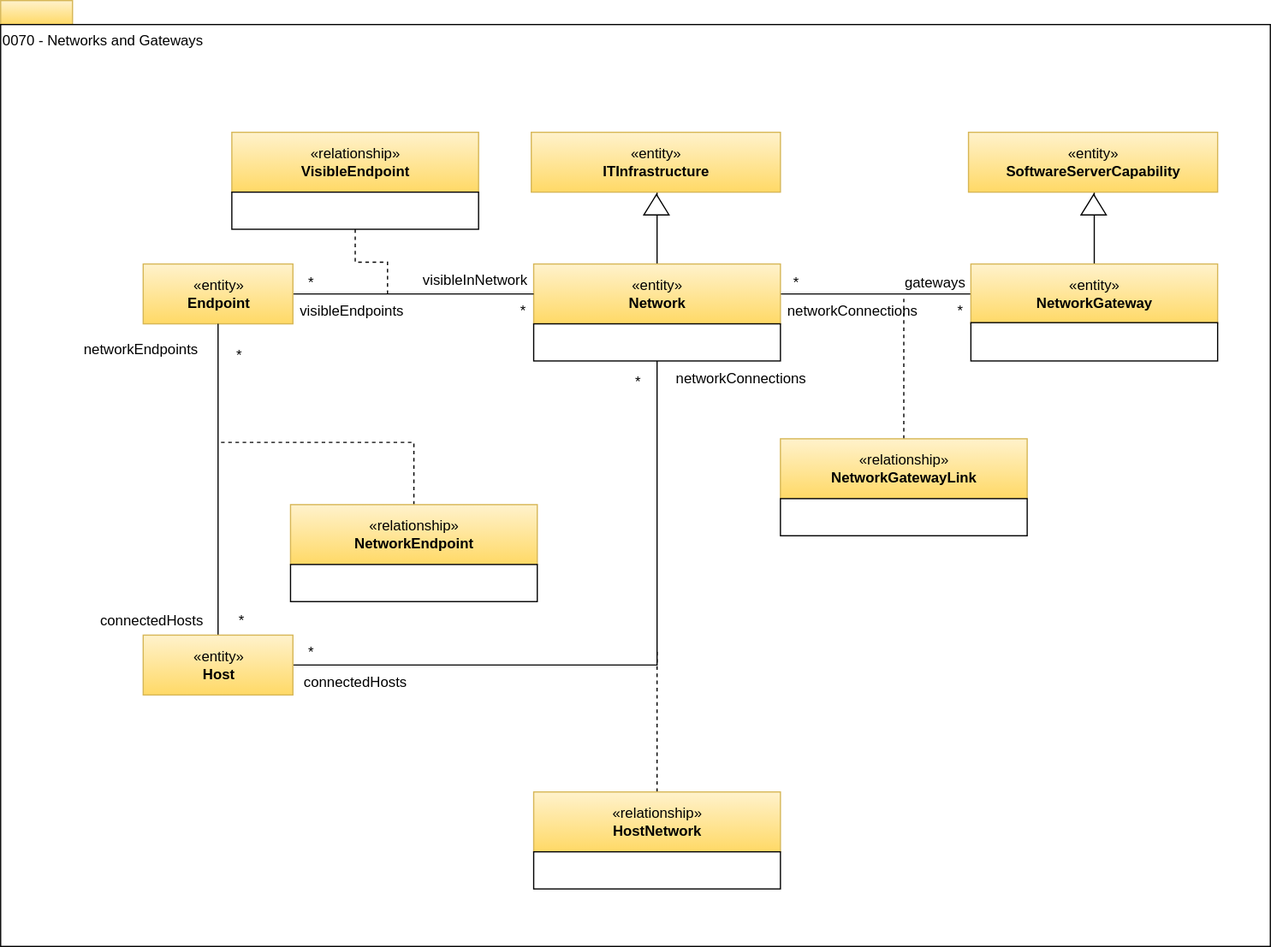
Above: site/docs/types/0/0070-Networks-and-Gateways.svg in odpi/egeria-docs (draw.io), before the change. Source tidied: cells renumbered, new cells last; positions are measured from the earlier drawing's top-left corner, leaving out a move shared by most shapes.
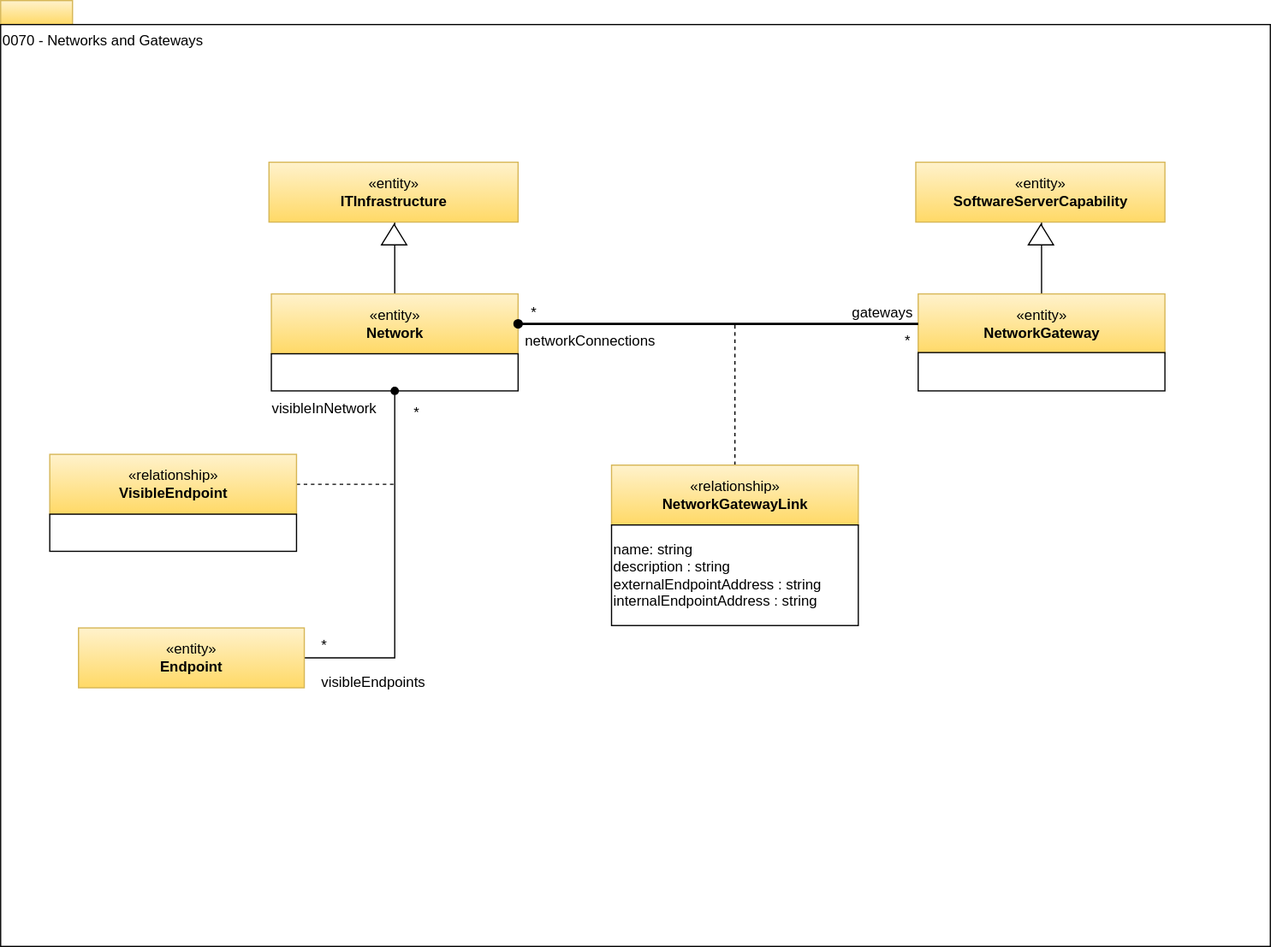
After the change.

What changed in the source:
```diff
@@ -8,152 +8,94 @@
     <mxCell id="3" value="0070 - Networks and Gateways" style="rounded=0;whiteSpace=wrap;html=1;align=left;verticalAlign=top;" parent="1" vertex="1">
       <mxGeometry y="20" width="1060" height="770" as="geometry" />
     </mxCell>
-    <mxCell id="4" style="edgeStyle=orthogonalEdgeStyle;rounded=0;html=1;endArrow=none;endFill=0;jettySize=auto;" parent="1" edge="1" target="6">
+    <mxCell id="4" style="edgeStyle=orthogonalEdgeStyle;rounded=0;html=1;endArrow=none;endFill=0;jettySize=auto;" parent="1" edge="1" target="5">
       <mxGeometry relative="1" as="geometry">
-        <mxPoint x="548" y="149" as="sourcePoint" />
+        <mxPoint x="329" y="174" as="sourcePoint" />
       </mxGeometry>
     </mxCell>
-    <mxCell id="5" style="edgeStyle=orthogonalEdgeStyle;rounded=0;html=1;exitX=1;exitY=0.5;entryX=0;entryY=0.5;endArrow=none;endFill=0;jettySize=auto;" parent="1" edge="1" source="6" target="14">
-      <mxGeometry relative="1" as="geometry" />
+    <mxCell id="5" value="«entity»&lt;br&gt;&lt;b&gt;Network&lt;/b&gt;" style="html=1;strokeColor=#d6b656;align=center;fillColor=#fff2cc;gradientColor=#ffd966;" parent="1" vertex="1">
+      <mxGeometry x="226" y="245" width="206" height="50" as="geometry" />
     </mxCell>
-    <mxCell id="6" value="«entity»&lt;br&gt;&lt;b&gt;Network&lt;/b&gt;" style="html=1;strokeColor=#d6b656;align=center;fillColor=#fff2cc;gradientColor=#ffd966;" parent="1" vertex="1">
-      <mxGeometry x="445" y="220" width="206" height="50" as="geometry" />
+    <mxCell id="6" style="rounded=0;whiteSpace=wrap;html=1;strokeColor=#000000;gradientColor=#ffffff;align=center;" parent="1" vertex="1">
+      <mxGeometry x="226" y="295" width="206" height="31" as="geometry" />
     </mxCell>
-    <mxCell id="7" style="rounded=0;whiteSpace=wrap;html=1;strokeColor=#000000;gradientColor=#ffffff;align=center;" parent="1" vertex="1">
-      <mxGeometry x="445" y="270" width="206" height="31" as="geometry" />
+    <mxCell id="7" style="triangle;whiteSpace=wrap;html=1;strokeColor=#000000;gradientColor=#ffffff;align=center;rotation=-90;" parent="1" vertex="1">
+      <mxGeometry x="320" y="185" width="17" height="21" as="geometry" />
     </mxCell>
-    <mxCell id="8" style="triangle;whiteSpace=wrap;html=1;strokeColor=#000000;gradientColor=#ffffff;align=center;rotation=-90;" parent="1" vertex="1">
-      <mxGeometry x="539" y="160" width="17" height="21" as="geometry" />
+    <mxCell id="8" value="«entity»&lt;br&gt;&lt;b&gt;ITInfrastructure&lt;/b&gt;" style="html=1;strokeColor=#d6b656;align=center;fillColor=#fff2cc;gradientColor=#ffd966;" parent="1" vertex="1">
+      <mxGeometry x="224" y="135" width="208" height="50" as="geometry" />
     </mxCell>
-    <mxCell id="9" value="«entity»&lt;br&gt;&lt;b&gt;ITInfrastructure&lt;/b&gt;" style="html=1;strokeColor=#d6b656;align=center;fillColor=#fff2cc;gradientColor=#ffd966;" parent="1" vertex="1">
-      <mxGeometry x="443" y="110" width="208" height="50" as="geometry" />
+    <mxCell id="9" style="edgeStyle=orthogonalEdgeStyle;rounded=0;html=1;exitX=1;exitY=0.5;endArrow=none;endFill=0;jettySize=auto;dashed=1;exitDx=0;exitDy=0;" parent="1" edge="1" source="10">
+      <mxGeometry relative="1" as="geometry">
+        <mxPoint x="329" y="404" as="targetPoint" />
+      </mxGeometry>
     </mxCell>
-    <mxCell id="10" style="edgeStyle=orthogonalEdgeStyle;rounded=0;html=1;exitX=0.5;exitY=1;endArrow=none;endFill=0;jettySize=auto;dashed=1;exitDx=0;exitDy=0;" parent="1" edge="1" source="12">
-      <mxGeometry relative="1" as="geometry">
-        <mxPoint x="323" y="246" as="targetPoint" />
-      </mxGeometry>
+    <mxCell id="10" value="«relationship»&lt;br&gt;&lt;b&gt;VisibleEndpoint&lt;/b&gt;" style="html=1;strokeColor=#d6b656;align=center;fillColor=#fff2cc;gradientColor=#ffd966;" parent="1" vertex="1">
+      <mxGeometry x="41" y="379" width="206" height="50" as="geometry" />
     </mxCell>
-    <mxCell id="11" value="«relationship»&lt;br&gt;&lt;b&gt;VisibleEndpoint&lt;/b&gt;" style="html=1;strokeColor=#d6b656;align=center;fillColor=#fff2cc;gradientColor=#ffd966;" parent="1" vertex="1">
-      <mxGeometry x="193" y="110" width="206" height="50" as="geometry" />
+    <mxCell id="11" style="rounded=0;whiteSpace=wrap;html=1;strokeColor=#000000;gradientColor=#ffffff;align=center;" parent="1" vertex="1">
+      <mxGeometry x="41" y="429" width="206" height="31" as="geometry" />
     </mxCell>
-    <mxCell id="12" style="rounded=0;whiteSpace=wrap;html=1;strokeColor=#000000;gradientColor=#ffffff;align=center;" parent="1" vertex="1">
-      <mxGeometry x="193" y="160" width="206" height="31" as="geometry" />
+    <mxCell id="12" style="edgeStyle=orthogonalEdgeStyle;rounded=0;html=1;endArrow=none;endFill=0;jettySize=auto;" parent="1" edge="1" target="13">
+      <mxGeometry relative="1" as="geometry">
+        <mxPoint x="869" y="174" as="sourcePoint" />
+      </mxGeometry>
     </mxCell>
-    <mxCell id="13" style="edgeStyle=orthogonalEdgeStyle;rounded=0;html=1;endArrow=none;endFill=0;jettySize=auto;" parent="1" edge="1" target="14">
-      <mxGeometry relative="1" as="geometry">
-        <mxPoint x="913" y="149" as="sourcePoint" />
-      </mxGeometry>
+    <mxCell id="13" value="«entity»&lt;br&gt;&lt;b&gt;NetworkGateway&lt;/b&gt;&lt;br&gt;" style="html=1;strokeColor=#d6b656;align=center;fillColor=#fff2cc;gradientColor=#ffd966;" parent="1" vertex="1">
+      <mxGeometry x="766" y="245" width="206" height="50" as="geometry" />
     </mxCell>
-    <mxCell id="14" value="«entity»&lt;br&gt;&lt;b&gt;NetworkGateway&lt;/b&gt;&lt;br&gt;" style="html=1;strokeColor=#d6b656;align=center;fillColor=#fff2cc;gradientColor=#ffd966;" parent="1" vertex="1">
-      <mxGeometry x="810" y="220" width="206" height="50" as="geometry" />
+    <mxCell id="14" style="rounded=0;whiteSpace=wrap;html=1;strokeColor=#000000;gradientColor=#ffffff;align=center;" parent="1" vertex="1">
+      <mxGeometry x="766" y="294" width="206" height="32" as="geometry" />
     </mxCell>
-    <mxCell id="15" style="rounded=0;whiteSpace=wrap;html=1;strokeColor=#000000;gradientColor=#ffffff;align=center;" parent="1" vertex="1">
-      <mxGeometry x="810" y="269" width="206" height="32" as="geometry" />
+    <mxCell id="15" style="triangle;whiteSpace=wrap;html=1;strokeColor=#000000;gradientColor=#ffffff;align=center;rotation=-90;" parent="1" vertex="1">
+      <mxGeometry x="860" y="185" width="17" height="21" as="geometry" />
     </mxCell>
-    <mxCell id="16" style="triangle;whiteSpace=wrap;html=1;strokeColor=#000000;gradientColor=#ffffff;align=center;rotation=-90;" parent="1" vertex="1">
-      <mxGeometry x="904" y="160" width="17" height="21" as="geometry" />
+    <mxCell id="16" value="«entity»&lt;br&gt;&lt;b&gt;SoftwareServerCapability&lt;/b&gt;" style="html=1;strokeColor=#d6b656;align=center;fillColor=#fff2cc;gradientColor=#ffd966;" parent="1" vertex="1">
+      <mxGeometry x="764" y="135" width="208" height="50" as="geometry" />
     </mxCell>
-    <mxCell id="17" value="«entity»&lt;br&gt;&lt;b&gt;SoftwareServerCapability&lt;/b&gt;" style="html=1;strokeColor=#d6b656;align=center;fillColor=#fff2cc;gradientColor=#ffd966;" parent="1" vertex="1">
-      <mxGeometry x="808" y="110" width="208" height="50" as="geometry" />
+    <mxCell id="17" style="edgeStyle=orthogonalEdgeStyle;rounded=0;html=1;exitX=0.5;exitY=0;dashed=1;endArrow=none;endFill=0;jettySize=auto;" parent="1" edge="1" source="18">
+      <mxGeometry relative="1" as="geometry">
+        <mxPoint x="613" y="268" as="targetPoint" />
+      </mxGeometry>
     </mxCell>
-    <mxCell id="18" style="edgeStyle=orthogonalEdgeStyle;rounded=0;html=1;exitX=0.5;exitY=0;dashed=1;endArrow=none;endFill=0;jettySize=auto;" parent="1" edge="1" source="19">
-      <mxGeometry relative="1" as="geometry">
-        <mxPoint x="754" y="246" as="targetPoint" />
-      </mxGeometry>
+    <mxCell id="18" value="«relationship»&lt;br&gt;&lt;b&gt;NetworkGatewayLink&lt;/b&gt;" style="html=1;strokeColor=#d6b656;align=center;fillColor=#fff2cc;gradientColor=#ffd966;" parent="1" vertex="1">
+      <mxGeometry x="510" y="388" width="206" height="50" as="geometry" />
     </mxCell>
-    <mxCell id="19" value="«relationship»&lt;br&gt;&lt;b&gt;NetworkGatewayLink&lt;/b&gt;" style="html=1;strokeColor=#d6b656;align=center;fillColor=#fff2cc;gradientColor=#ffd966;" parent="1" vertex="1">
-      <mxGeometry x="651" y="366" width="206" height="50" as="geometry" />
+    <mxCell id="19" value="name: string&lt;br&gt;description : string&lt;br&gt;externalEndpointAddress : string&lt;br&gt;internalEndpointAddress : string" style="rounded=0;whiteSpace=wrap;html=1;strokeColor=#000000;gradientColor=#ffffff;align=left;" parent="1" vertex="1">
+      <mxGeometry x="510" y="438" width="206" height="84" as="geometry" />
     </mxCell>
-    <mxCell id="20" style="rounded=0;whiteSpace=wrap;html=1;strokeColor=#000000;gradientColor=#ffffff;align=center;" parent="1" vertex="1">
-      <mxGeometry x="651" y="416" width="206" height="31" as="geometry" />
+    <mxCell id="20" style="edgeStyle=orthogonalEdgeStyle;rounded=0;html=1;exitX=1;exitY=0.5;endArrow=oval;endFill=1;jettySize=auto;" parent="1" edge="1" source="21" target="6">
+      <mxGeometry relative="1" as="geometry" />
     </mxCell>
-    <mxCell id="21" style="edgeStyle=orthogonalEdgeStyle;rounded=0;html=1;exitX=1;exitY=0.5;entryX=0;entryY=0.5;endArrow=none;endFill=0;jettySize=auto;" parent="1" edge="1" source="22" target="6">
-      <mxGeometry relative="1" as="geometry" />
+    <mxCell id="21" value="«entity»&lt;br&gt;&lt;b&gt;Endpoint&lt;/b&gt;" style="html=1;strokeColor=#d6b656;align=center;fillColor=#fff2cc;gradientColor=#ffd966;" parent="1" vertex="1">
+      <mxGeometry x="65" y="524" width="188.5" height="50" as="geometry" />
     </mxCell>
-    <mxCell id="22" value="«entity»&lt;br&gt;&lt;b&gt;Endpoint&lt;/b&gt;" style="html=1;strokeColor=#d6b656;align=center;fillColor=#fff2cc;gradientColor=#ffd966;" parent="1" vertex="1">
-      <mxGeometry x="119" y="220" width="125" height="50" as="geometry" />
+    <mxCell id="22" value="gateways" style="text;html=1;points=[];align=center;verticalAlign=top;spacingTop=-4;" parent="1" vertex="1">
+      <mxGeometry x="705" y="251" width="61" height="14" as="geometry" />
     </mxCell>
-    <mxCell id="23" value="gateways" style="text;html=1;align=center;verticalAlign=top;spacingTop=-4;" parent="1" vertex="1">
-      <mxGeometry x="749" y="226" width="61" height="14" as="geometry" />
+    <mxCell id="23" value="*" style="text;html=1;align=center;verticalAlign=top;spacingTop=-4;" parent="1" vertex="1">
+      <mxGeometry x="262" y="529" width="15" height="14" as="geometry" />
     </mxCell>
     <mxCell id="24" value="*" style="text;html=1;align=center;verticalAlign=top;spacingTop=-4;" parent="1" vertex="1">
-      <mxGeometry x="251" y="226" width="15" height="14" as="geometry" />
+      <mxGeometry x="339" y="335" width="15" height="14" as="geometry" />
     </mxCell>
     <mxCell id="25" value="*" style="text;html=1;align=center;verticalAlign=top;spacingTop=-4;" parent="1" vertex="1">
-      <mxGeometry x="428" y="250" width="15" height="14" as="geometry" />
+      <mxGeometry x="437" y="251" width="15" height="14" as="geometry" />
     </mxCell>
     <mxCell id="26" value="*" style="text;html=1;align=center;verticalAlign=top;spacingTop=-4;" parent="1" vertex="1">
-      <mxGeometry x="656" y="226" width="15" height="14" as="geometry" />
+      <mxGeometry x="749" y="275" width="15" height="14" as="geometry" />
     </mxCell>
-    <mxCell id="27" value="*" style="text;html=1;align=center;verticalAlign=top;spacingTop=-4;" parent="1" vertex="1">
-      <mxGeometry x="793" y="250" width="15" height="14" as="geometry" />
+    <mxCell id="27" value="networkConnections" style="text;html=1;align=center;verticalAlign=top;spacingTop=-4;" parent="1" vertex="1">
+      <mxGeometry x="432" y="275" width="119" height="14" as="geometry" />
     </mxCell>
-    <mxCell id="28" value="networkConnections" style="text;html=1;align=center;verticalAlign=top;spacingTop=-4;" parent="1" vertex="1">
-      <mxGeometry x="651" y="250" width="119" height="14" as="geometry" />
+    <mxCell id="28" value="visibleInNetwork" style="text;html=1;align=center;verticalAlign=top;spacingTop=-4;" parent="1" vertex="1">
+      <mxGeometry x="221" y="331" width="97" height="14" as="geometry" />
     </mxCell>
-    <mxCell id="29" value="visibleInNetwork" style="text;html=1;align=center;verticalAlign=top;spacingTop=-4;" parent="1" vertex="1">
-      <mxGeometry x="347.5" y="224" width="97" height="14" as="geometry" />
+    <mxCell id="29" value="visibleEndpoints" style="text;html=1;align=center;verticalAlign=top;spacingTop=-4;" parent="1" vertex="1">
+      <mxGeometry x="262" y="560" width="97" height="14" as="geometry" />
     </mxCell>
-    <mxCell id="30" value="visibleEndpoints" style="text;html=1;align=center;verticalAlign=top;spacingTop=-4;" parent="1" vertex="1">
-      <mxGeometry x="244" y="250" width="97" height="14" as="geometry" />
+    <mxCell id="30" style="edgeStyle=orthogonalEdgeStyle;rounded=0;html=1;exitX=1;exitY=0.5;entryX=0;entryY=0.5;endArrow=none;endFill=0;jettySize=auto;strokeWidth=2;startArrow=oval;startFill=1;" parent="1" edge="1" source="5" target="13">
+      <mxGeometry relative="1" as="geometry" />
     </mxCell>
-    <mxCell id="31" style="edgeStyle=orthogonalEdgeStyle;rounded=0;html=1;exitX=0.5;exitY=0;endArrow=none;endFill=0;jettySize=auto;dashed=1;" parent="1" edge="1" source="32">
-      <mxGeometry relative="1" as="geometry">
-        <mxPoint x="548" y="544" as="targetPoint" />
-      </mxGeometry>
-    </mxCell>
-    <mxCell id="32" value="«relationship»&lt;br&gt;&lt;b&gt;HostNetwork&lt;/b&gt;" style="html=1;strokeColor=#d6b656;align=center;fillColor=#fff2cc;gradientColor=#ffd966;" parent="1" vertex="1">
-      <mxGeometry x="445" y="661" width="206" height="50" as="geometry" />
-    </mxCell>
-    <mxCell id="33" style="rounded=0;whiteSpace=wrap;html=1;strokeColor=#000000;gradientColor=#ffffff;align=center;" parent="1" vertex="1">
-      <mxGeometry x="445" y="711" width="206" height="31" as="geometry" />
-    </mxCell>
-    <mxCell id="34" style="edgeStyle=orthogonalEdgeStyle;rounded=0;html=1;entryX=0.5;entryY=1;endArrow=none;endFill=0;jettySize=auto;entryDx=0;entryDy=0;" parent="1" edge="1" source="43" target="7">
-      <mxGeometry relative="1" as="geometry" />
-    </mxCell>
-    <mxCell id="35" value="*" style="text;html=1;align=center;verticalAlign=top;spacingTop=-4;" parent="1" vertex="1">
-      <mxGeometry x="251" y="535" width="15" height="14" as="geometry" />
-    </mxCell>
-    <mxCell id="36" value="*" style="text;html=1;align=center;verticalAlign=top;spacingTop=-4;" parent="1" vertex="1">
-      <mxGeometry x="524" y="309" width="15" height="14" as="geometry" />
-    </mxCell>
-    <mxCell id="37" value="networkConnections" style="text;html=1;align=center;verticalAlign=top;spacingTop=-4;" parent="1" vertex="1">
-      <mxGeometry x="558" y="306" width="119" height="14" as="geometry" />
-    </mxCell>
-    <mxCell id="38" value="connectedHosts" style="text;html=1;align=center;verticalAlign=top;spacingTop=-4;" parent="1" vertex="1">
-      <mxGeometry x="248" y="560" width="96" height="14" as="geometry" />
-    </mxCell>
-    <mxCell id="39" style="edgeStyle=orthogonalEdgeStyle;rounded=0;html=1;exitX=0.5;exitY=0;endArrow=none;endFill=0;jettySize=auto;dashed=1;" parent="1" edge="1" source="40">
-      <mxGeometry relative="1" as="geometry">
-        <mxPoint x="181" y="369" as="targetPoint" />
-        <Array as="points">
-          <mxPoint x="345" y="369" />
-        </Array>
-      </mxGeometry>
-    </mxCell>
-    <mxCell id="40" value="«relationship»&lt;br&gt;&lt;b&gt;NetworkEndpoint&lt;/b&gt;" style="html=1;strokeColor=#d6b656;align=center;fillColor=#fff2cc;gradientColor=#ffd966;" parent="1" vertex="1">
-      <mxGeometry x="242" y="421" width="206" height="50" as="geometry" />
-    </mxCell>
-    <mxCell id="41" style="rounded=0;whiteSpace=wrap;html=1;strokeColor=#000000;gradientColor=#ffffff;align=center;" parent="1" vertex="1">
-      <mxGeometry x="242" y="471" width="206" height="31" as="geometry" />
-    </mxCell>
-    <mxCell id="42" style="edgeStyle=orthogonalEdgeStyle;rounded=0;html=1;exitX=0.5;exitY=0;endArrow=none;endFill=0;jettySize=auto;exitDx=0;exitDy=0;" parent="1" edge="1" source="43" target="22">
-      <mxGeometry relative="1" as="geometry" />
-    </mxCell>
-    <mxCell id="43" value="«entity»&lt;br&gt;&lt;b&gt;Host&lt;/b&gt;" style="html=1;strokeColor=#d6b656;align=center;fillColor=#fff2cc;gradientColor=#ffd966;" parent="1" vertex="1">
-      <mxGeometry x="119" y="530" width="125" height="50" as="geometry" />
-    </mxCell>
-    <mxCell id="44" value="*" style="text;html=1;align=center;verticalAlign=top;spacingTop=-4;" parent="1" vertex="1">
-      <mxGeometry x="193" y="508" width="15" height="14" as="geometry" />
-    </mxCell>
-    <mxCell id="45" value="*" style="text;html=1;align=center;verticalAlign=top;spacingTop=-4;" parent="1" vertex="1">
-      <mxGeometry x="191" y="287" width="15" height="14" as="geometry" />
-    </mxCell>
-    <mxCell id="46" value="networkEndpoints" style="text;html=1;align=center;verticalAlign=top;spacingTop=-4;" parent="1" vertex="1">
-      <mxGeometry x="64" y="282" width="105" height="14" as="geometry" />
-    </mxCell>
-    <mxCell id="47" value="connectedHosts" style="text;html=1;align=center;verticalAlign=top;spacingTop=-4;" parent="1" vertex="1">
-      <mxGeometry x="78" y="508" width="96" height="14" as="geometry" />
-    </mxCell>
   </root>
 </mxGraphModel>
```
